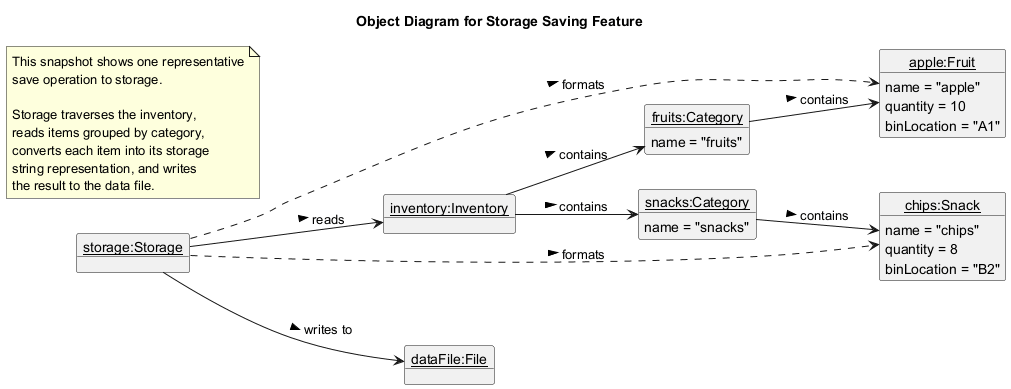
Earlier version of the PlantUML export docs/diagrams/object/StorageSavingObjectDiagram.png (w-chuhao/tp). Source of this version:
```plantuml
@startuml
title Object Diagram for Storage Saving Feature
hide circle
left to right direction

object "<u>storage:Storage</u>" as storage
object "<u>inventory:Inventory</u>" as inventory
object "<u>fruits:Category</u>" as fruits {
  name = "fruits"
}
object "<u>apple:Fruit</u>" as apple {
  name = "apple"
  quantity = 10
  binLocation = "A1"
}
object "<u>snacks:Category</u>" as snacks {
  name = "snacks"
}
object "<u>chips:Snack</u>" as chips {
  name = "chips"
  quantity = 8
  binLocation = "B2"
}
object "<u>dataFile:File</u>" as dataFile

note as N1
  This snapshot shows one representative
  save operation to storage.

  Storage traverses the inventory,
  reads items grouped by category,
  converts each item into its storage
  string representation, and writes
  the result to the data file.
end note

storage --> inventory : reads >
storage --> dataFile : writes to >
inventory --> fruits : contains >
inventory --> snacks : contains >
fruits --> apple : contains >
snacks --> chips : contains >
storage ..> apple : formats >
storage ..> chips : formats >
@enduml
```
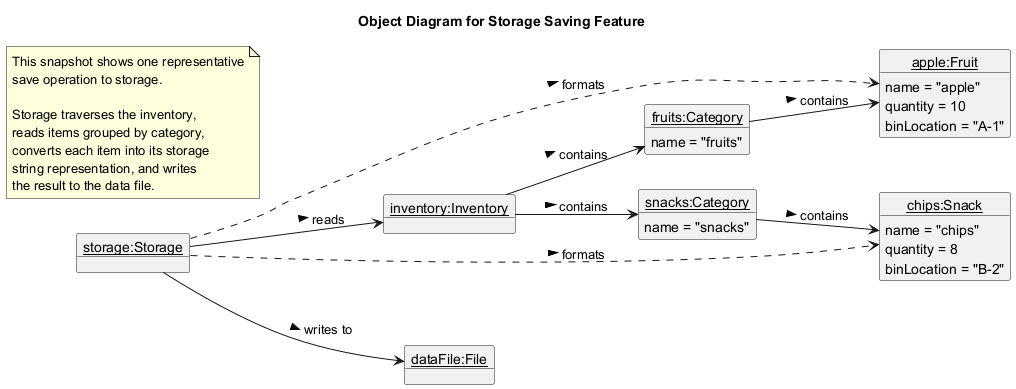
Above is the later version.

Change to the diagram source:
```diff
@@ -11,7 +11,7 @@
 object "<u>apple:Fruit</u>" as apple {
   name = "apple"
   quantity = 10
-  binLocation = "A1"
+  binLocation = "A-1"
 }
 object "<u>snacks:Category</u>" as snacks {
   name = "snacks"
@@ -19,7 +19,7 @@
 object "<u>chips:Snack</u>" as chips {
   name = "chips"
   quantity = 8
-  binLocation = "B2"
+  binLocation = "B-2"
 }
 object "<u>dataFile:File</u>" as dataFile
 
```
